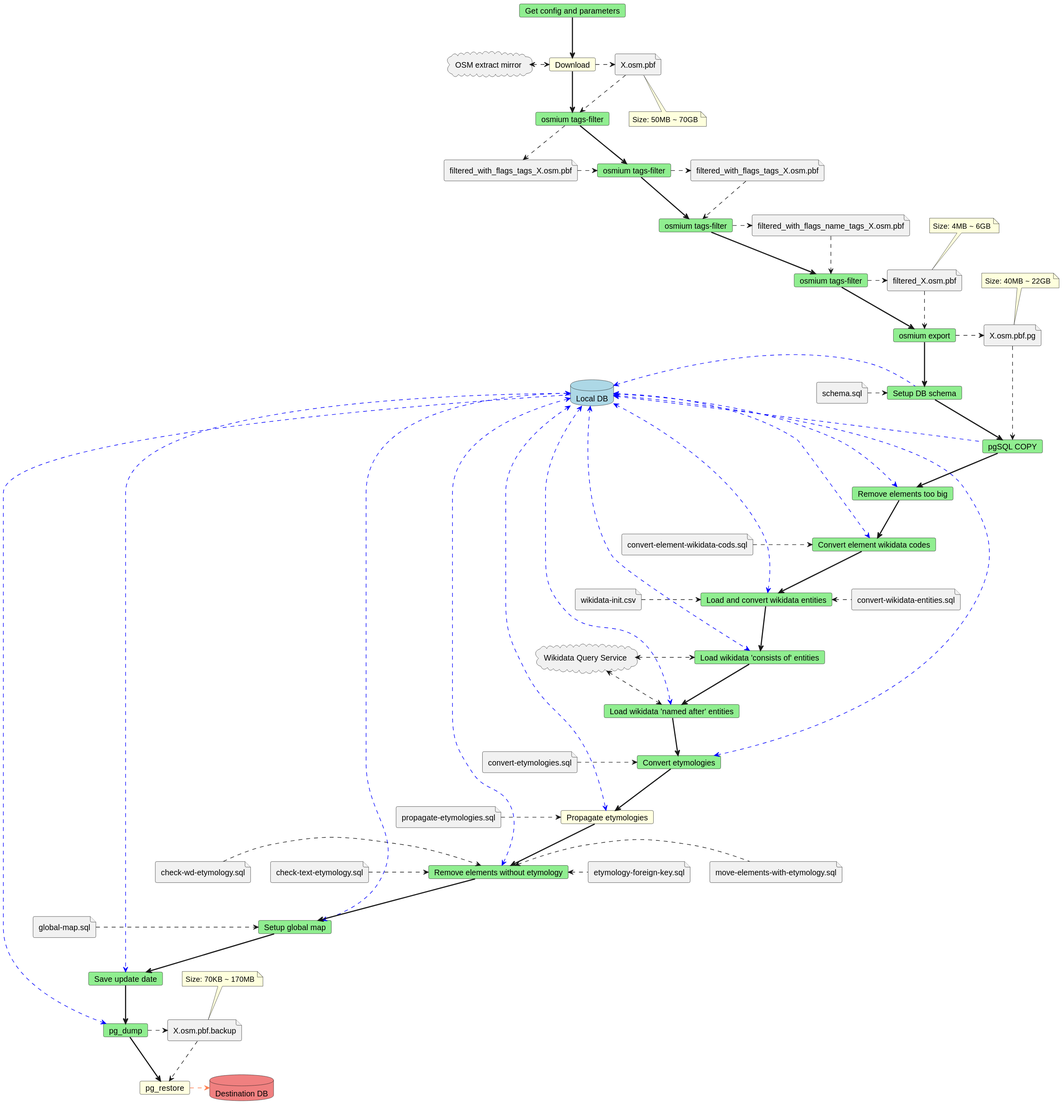
Above: images/db-init.svg in Danysan1/osm-wikidata-map-framework (PlantUML), before the change.
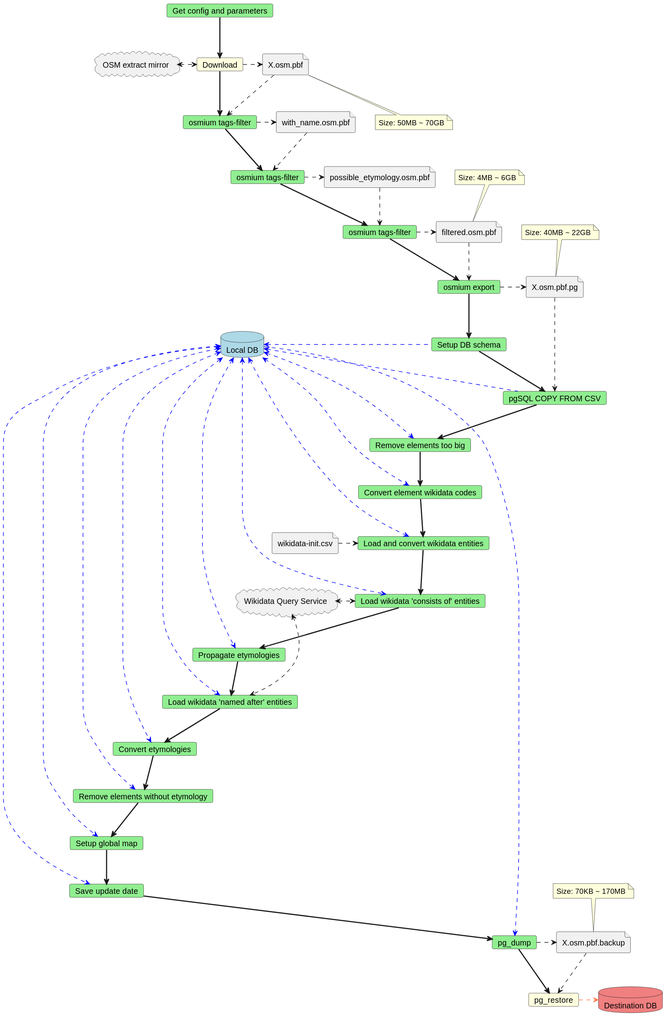
Later version of the same file.

What changed in the source:
```diff
@@ -14,38 +14,32 @@
 X.osm.pbf .. xsize
 
 card "osmium tags-filter" as filter1 #LightGreen
-file filtered_with_flags_tags_X.osm.pbf as file1
+file with_name.osm.pbf as file1
 X.osm.pbf .> filter1
 Download -[bold]-> filter1
 filter1 .> file1
 
 card "osmium tags-filter" as filter2 #LightGreen
-file filtered_with_flags_tags_X.osm.pbf as file2
+file possible_etymology.osm.pbf as file2
 file1 .> filter2
 filter1 -[bold]-> filter2
 filter2 .> file2
 
 card "osmium tags-filter" as filter3 #LightGreen
-file filtered_with_flags_name_tags_X.osm.pbf as file3
+file filtered.osm.pbf as file3
 file2 .> filter3
 filter2 -[bold]-> filter3
 filter3 .> file3
 
-card "osmium tags-filter" as filter4 #LightGreen
-file filtered_X.osm.pbf as file4
-file3 .> filter4
-filter3 -[bold]-> filter4
-filter4 .> file4
-
-note as 4size
+note as 3size
   Size: 4MB ~ 6GB
 end note
-4size .. file4
+3size .. file3
 
 card "osmium export" as export #LightGreen
 file X.osm.pbf.pg as tsv
-file4 .> export
-filter4 -[bold]-> export
+file3 .> export
+filter3 -[bold]-> export
 export .> tsv
 
 note as tsvsize
@@ -55,12 +49,10 @@
 
 database "Local DB" as db #LightBlue
 card "Setup DB schema" as setup #LightGreen
-file "schema.sql" as sqlschema
-sqlschema .> setup
 setup .left.> db #Blue
 export -[bold]-> setup
 
-card "pgSQL COPY" as copy #LightGreen
+card "pgSQL COPY FROM CSV" as copy #LightGreen
 tsv .> copy
 setup -[bold]-> copy
 copy .left.> db #Blue
@@ -70,15 +62,11 @@
 copy -[bold]-> toobig
 
 card "Convert element wikidata codes" as wdcod #LightGreen
-file "convert-element-wikidata-cods.sql" as sqlwdcod
-sqlwdcod .> wdcod
 wdcod <.left.> db #Blue
 toobig -[bold]-> wdcod
 
 card "Load and convert wikidata entities" as wdent #LightGreen
 file "wikidata-init.csv" as csv
-file "convert-wikidata-entities.sql" as sqlwdent
-wdent <. sqlwdent
 csv .> wdent
 wdent <.left.> db #Blue
 wdcod -[bold]-> wdent
@@ -89,38 +77,24 @@
 wdcoent <.left.> db #Blue
 wdent -[bold]-> wdcoent
 
+card "Propagate etymologies" as propagate #LightGreen
+propagate <.left.> db #Blue
+wdcoent -[bold]-> propagate
+
 card "Load wikidata 'named after' entities" as wdnaent #LightGreen
 wd <.> wdnaent
 wdnaent <.left.> db #Blue
-wdcoent -[bold]-> wdnaent
+propagate -[bold]-> wdnaent
 
 card "Convert etymologies" as ety #LightGreen
-file "convert-etymologies.sql" as sqlety
-sqlety .> ety
 ety <.left.> db #Blue
 wdnaent -[bold]-> ety
 
-card "Propagate etymologies" as propagate #LightYellow
-file "propagate-etymologies.sql" as sqlpropagate
-sqlpropagate .> propagate
-propagate <.left.> db #Blue
-ety -[bold]-> propagate
-
 card "Remove elements without etymology" as temp #LightGreen
-file "check-wd-etymology.sql" as sqlwd
-file "check-text-etymology.sql" as sqltext
-file "move-elements-with-etymology.sql" as sqltemp
-file "etymology-foreign-key.sql" as sqlfk
-sqlwd .> temp
-sqltext .> temp
-temp <. sqltemp
-temp <. sqlfk
 temp <.left.> db #Blue
-propagate -[bold]-> temp
+ety -[bold]-> temp
 
 card "Setup global map" as global #LightGreen
-file "global-map.sql" as sqlglobal
-sqlglobal .> global
 global <.left.> db #Blue
 temp -[bold]-> global
 
```
